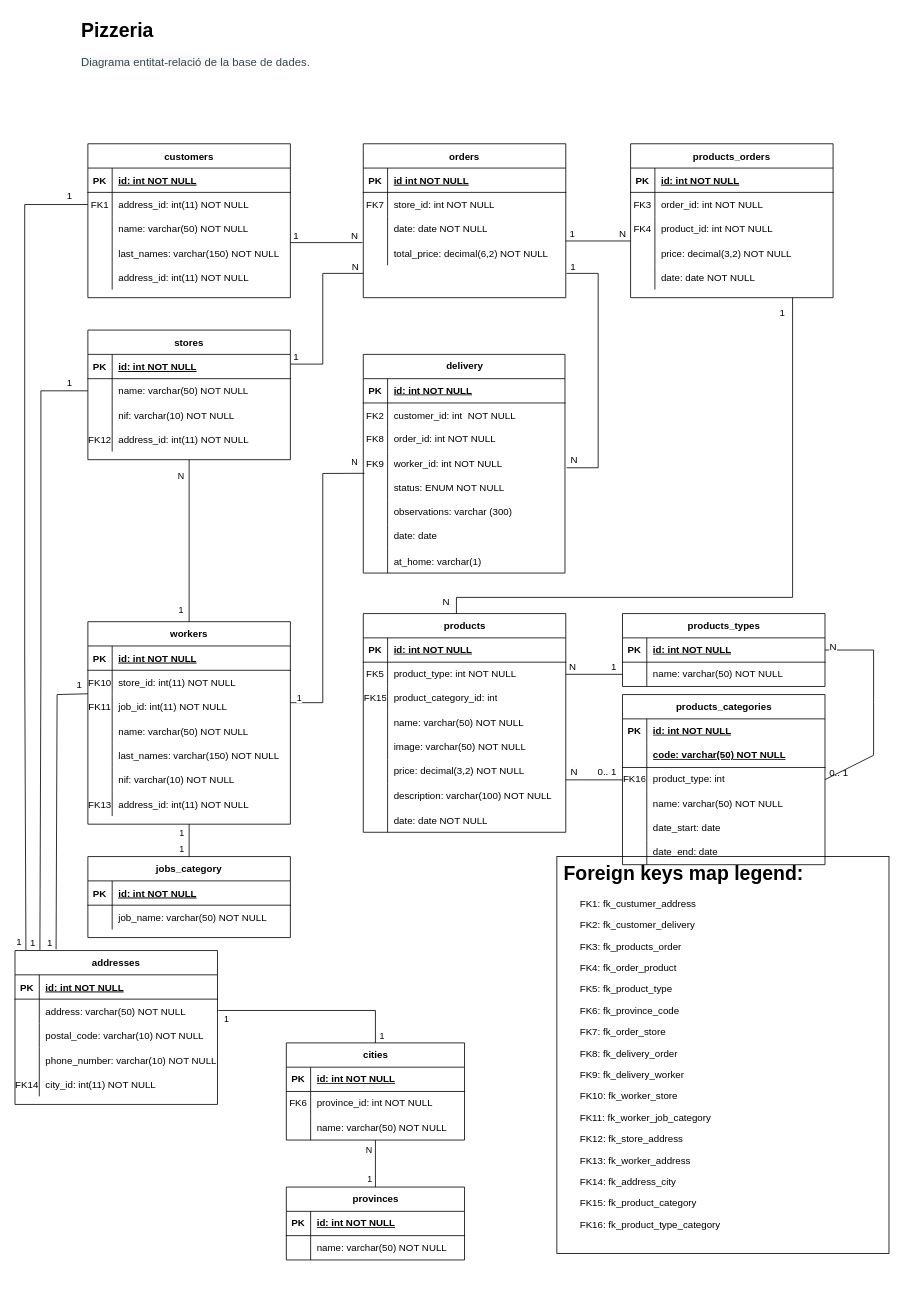
The draw.io diagram Pizzeria/pizzeria.drawio in alescu/mysql-estructura, before the edit. Source tidied: cells renumbered, new cells numbered last; positions are measured from the earlier drawing's top-left corner, leaving out a move shared by most shapes. Both pictures are drawn from the tidied source at 81%, with x=0, y=0 at pixel (15, 14).
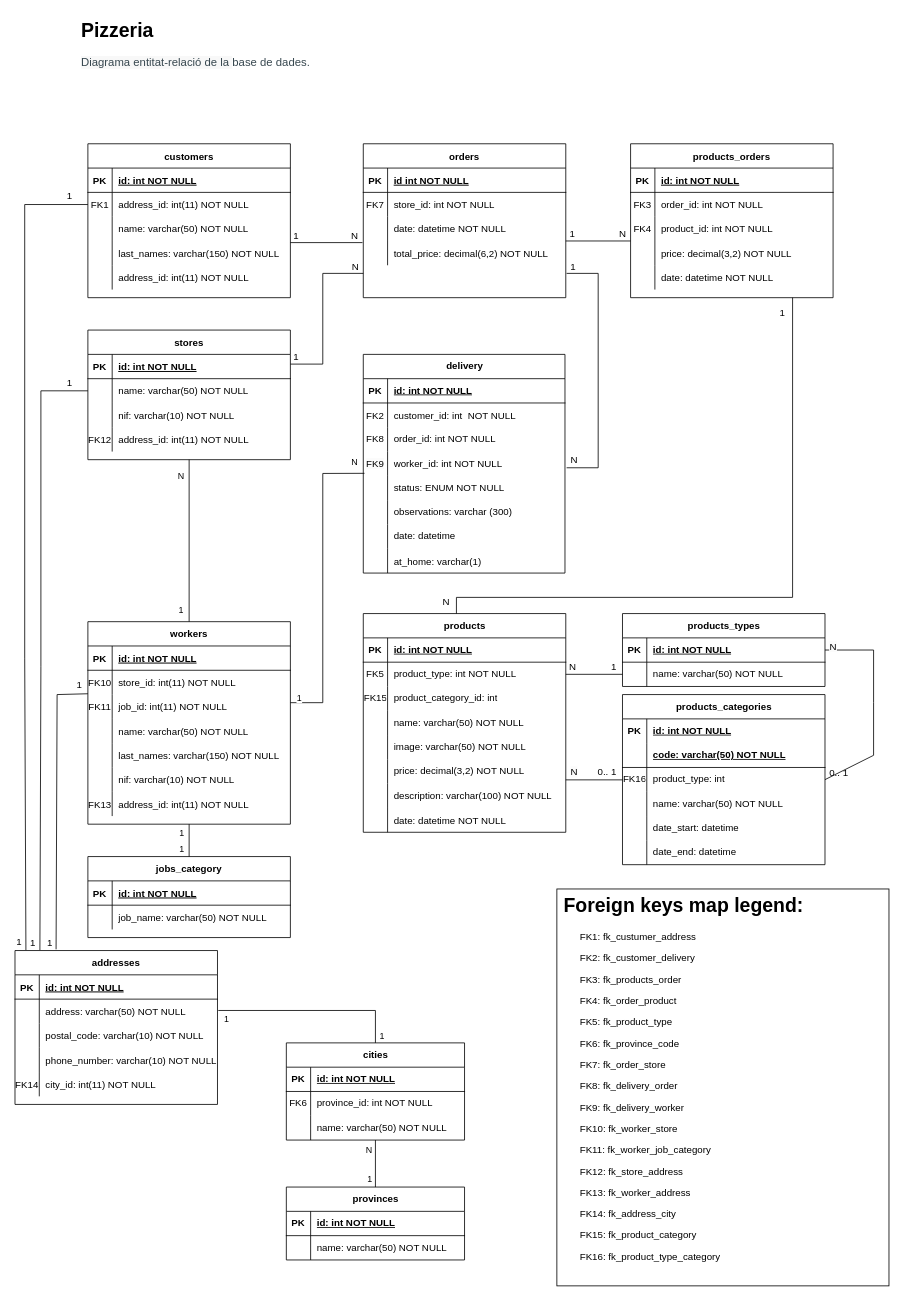
The same page after the edit.

Commit message:
date to datetime

The change refers to these unchanged cells:
```xml
<mxCell id="9" style="shape=partialRectangle;fillColor=none;top=0;left=0;right=0;bottom=0;" parent="2" vertex="1">
  <mxGeometry y="90" width="250" height="30" as="geometry" />
</mxCell>
<mxCell id="28" style="shape=partialRectangle;fillColor=none;top=0;left=0;right=0;bottom=0;" parent="15" vertex="1">
  <mxGeometry y="150" width="250" height="30" as="geometry" />
</mxCell>
<mxCell id="86" style="shape=partialRectangle;fillColor=none;top=0;left=0;right=0;bottom=0;" parent="64" vertex="1">
  <mxGeometry y="240" width="250" height="30" as="geometry" />
</mxCell>
<mxCell id="208" style="shape=tableRow;horizontal=0;startSize=0;swimlaneHead=0;swimlaneBody=0;fillColor=none;top=0;left=0;right=0;bottom=0;" parent="189" vertex="1">
  <mxGeometry y="210" width="249" height="30" as="geometry" />
</mxCell>
<mxCell id="236" style="shape=tableRow;horizontal=0;startSize=0;swimlaneHead=0;swimlaneBody=0;fillColor=none;top=0;left=0;right=0;bottom=0;" parent="223" vertex="1">
  <mxGeometry y="150" width="250" height="30" as="geometry" />
</mxCell>
<mxCell id="239" style="shape=tableRow;horizontal=0;startSize=0;swimlaneHead=0;swimlaneBody=0;fillColor=none;top=0;left=0;right=0;bottom=0;" parent="223" vertex="1">
  <mxGeometry y="180" width="250" height="30" as="geometry" />
</mxCell>
```

Change to the diagram source:
```diff
@@
-    <mxCell id="11" value="date: date NOT NULL" style="shape=partialRectangle;overflow=hidden;fillColor=none;top=0;left=0;bottom=0;right=0;align=left;spacingLeft=6;" parent="9" vertex="1">
+    <mxCell id="11" value="date: datetime NOT NULL" style="shape=partialRectangle;overflow=hidden;fillColor=none;top=0;left=0;bottom=0;right=0;align=left;spacingLeft=6;" parent="9" vertex="1">
       <mxGeometry x="30" width="220" height="30" as="geometry" />
     </mxCell>
@@
-    <mxCell id="30" value="date: date NOT NULL" style="shape=partialRectangle;overflow=hidden;fillColor=none;top=0;left=0;bottom=0;right=0;align=left;spacingLeft=6;" parent="28" vertex="1">
+    <mxCell id="30" value="date: datetime NOT NULL" style="shape=partialRectangle;overflow=hidden;fillColor=none;top=0;left=0;bottom=0;right=0;align=left;spacingLeft=6;" parent="28" vertex="1">
       <mxGeometry x="30" width="220" height="30" as="geometry" />
     </mxCell>
@@
-    <mxCell id="88" value="date: date NOT NULL" style="shape=partialRectangle;overflow=hidden;fillColor=none;top=0;left=0;bottom=0;right=0;align=left;spacingLeft=6;" parent="86" vertex="1">
+    <mxCell id="88" value="date: datetime NOT NULL" style="shape=partialRectangle;overflow=hidden;fillColor=none;top=0;left=0;bottom=0;right=0;align=left;spacingLeft=6;" parent="86" vertex="1">
       <mxGeometry x="30" width="220" height="30" as="geometry" />
     </mxCell>
@@
     <mxCell id="111" value="&lt;h1 style=&quot;margin-top: 0px;&quot;&gt;&amp;nbsp;Foreign keys map legend:&lt;/h1&gt;&lt;p&gt;&lt;span style=&quot;text-align: center; text-wrap-mode: nowrap; background-color: transparent; color: light-dark(rgb(0, 0, 0), rgb(255, 255, 255));&quot;&gt;&lt;span style=&quot;white-space: pre;&quot;&gt;&#9;&lt;/span&gt;FK1:&amp;nbsp;&lt;/span&gt;&lt;span style=&quot;background-color: transparent; text-wrap-mode: nowrap;&quot;&gt;fk_custumer_address&lt;/span&gt;&lt;/p&gt;&lt;p&gt;&lt;span style=&quot;text-align: center; text-wrap-mode: nowrap;&quot;&gt;&lt;span style=&quot;white-space: pre;&quot;&gt;&#9;&lt;/span&gt;FK2:&amp;nbsp;&lt;/span&gt;&lt;span style=&quot;background-color: transparent; text-wrap-mode: nowrap;&quot;&gt;fk_&lt;/span&gt;&lt;span style=&quot;text-wrap-mode: nowrap; background-color: transparent; color: light-dark(rgb(0, 0, 0), rgb(255, 255, 255));&quot;&gt;customer_delivery&lt;/span&gt;&lt;/p&gt;&lt;p style=&quot;text-align: left;&quot;&gt;&lt;span style=&quot;text-align: center; text-wrap-mode: nowrap;&quot;&gt;&lt;span style=&quot;white-space: pre;&quot;&gt;&#9;&lt;/span&gt;FK3:&amp;nbsp;&lt;/span&gt;&lt;span style=&quot;background-color: transparent; text-wrap-mode: nowrap;&quot;&gt;fk_products_order&lt;/span&gt;&lt;/p&gt;&lt;p&gt;&lt;span style=&quot;text-align: center; text-wrap-mode: nowrap;&quot;&gt;&lt;span style=&quot;white-space: pre;&quot;&gt;&#9;&lt;/span&gt;FK4:&amp;nbsp;&lt;/span&gt;&lt;span style=&quot;background-color: transparent; text-wrap-mode: nowrap;&quot;&gt;fk_order_product&lt;/span&gt;&lt;/p&gt;&lt;p&gt;&lt;span style=&quot;background-color: transparent; text-wrap-mode: nowrap;&quot;&gt;&lt;span style=&quot;white-space: pre;&quot;&gt;&#9;&lt;/span&gt;&lt;/span&gt;&lt;span style=&quot;background-color: transparent; color: light-dark(rgb(0, 0, 0), rgb(255, 255, 255)); text-wrap-mode: nowrap; text-align: center;&quot;&gt;FK5:&amp;nbsp;&lt;/span&gt;&lt;span style=&quot;background-color: transparent; color: light-dark(rgb(0, 0, 0), rgb(255, 255, 255)); text-wrap-mode: nowrap;&quot;&gt;fk_product_type&lt;/span&gt;&lt;/p&gt;&lt;p&gt;&lt;span style=&quot;color: light-dark(rgb(0, 0, 0), rgb(255, 255, 255)); text-wrap-mode: nowrap; background-color: transparent; text-align: center;&quot;&gt;&lt;span style=&quot;white-space: pre;&quot;&gt;&#9;&lt;/span&gt;FK6:&amp;nbsp;&lt;/span&gt;&lt;span style=&quot;color: light-dark(rgb(0, 0, 0), rgb(255, 255, 255)); text-wrap-mode: nowrap; background-color: transparent;&quot;&gt;fk_province_code&lt;/span&gt;&lt;/p&gt;&lt;p&gt;&lt;span style=&quot;color: light-dark(rgb(0, 0, 0), rgb(255, 255, 255)); text-wrap-mode: nowrap; background-color: transparent; text-align: center;&quot;&gt;&lt;span style=&quot;white-space: pre;&quot;&gt;&#9;&lt;/span&gt;FK7:&amp;nbsp;&lt;/span&gt;&lt;span style=&quot;color: light-dark(rgb(0, 0, 0), rgb(255, 255, 255)); text-wrap-mode: nowrap; background-color: transparent;&quot;&gt;fk_order_store&lt;/span&gt;&lt;/p&gt;&lt;p&gt;&lt;span style=&quot;background-color: transparent; color: light-dark(rgb(0, 0, 0), rgb(255, 255, 255)); text-wrap-mode: nowrap; text-align: center;&quot;&gt;&lt;span style=&quot;white-space-collapse: preserve;&quot;&gt;&#9;&lt;/span&gt;FK8:&amp;nbsp;&lt;/span&gt;&lt;span style=&quot;background-color: transparent; color: light-dark(rgb(0, 0, 0), rgb(255, 255, 255)); text-wrap-mode: nowrap;&quot;&gt;fk_delivery_order&lt;/span&gt;&lt;/p&gt;&lt;p&gt;&lt;span style=&quot;color: light-dark(rgb(0, 0, 0), rgb(255, 255, 255)); text-wrap-mode: nowrap; background-color: transparent; text-align: center;&quot;&gt;&lt;span style=&quot;white-space: pre;&quot;&gt;&#9;&lt;/span&gt;FK9:&amp;nbsp;&lt;/span&gt;&lt;span style=&quot;color: light-dark(rgb(0, 0, 0), rgb(255, 255, 255)); text-wrap-mode: nowrap; background-color: transparent;&quot;&gt;fk_delivery_worker&lt;/span&gt;&lt;span style=&quot;color: light-dark(rgb(0, 0, 0), rgb(255, 255, 255)); text-wrap-mode: nowrap; background-color: transparent;&quot;&gt;&lt;/span&gt;&lt;/p&gt;&lt;p&gt;&lt;span style=&quot;color: light-dark(rgb(0, 0, 0), rgb(255, 255, 255)); text-wrap-mode: nowrap; background-color: transparent; text-align: center;&quot;&gt;&lt;span style=&quot;white-space-collapse: preserve;&quot;&gt;&#9;&lt;/span&gt;FK10:&amp;nbsp;&lt;/span&gt;&lt;span style=&quot;color: light-dark(rgb(0, 0, 0), rgb(255, 255, 255)); text-wrap-mode: nowrap; background-color: transparent;&quot;&gt;fk_worker_store&lt;/span&gt;&lt;span style=&quot;color: light-dark(rgb(0, 0, 0), rgb(255, 255, 255)); text-wrap-mode: nowrap; background-color: transparent;&quot;&gt;&lt;/span&gt;&lt;/p&gt;&lt;p style=&quot;text-align: left;&quot;&gt;&lt;span style=&quot;color: light-dark(rgb(0, 0, 0), rgb(255, 255, 255)); text-wrap-mode: nowrap; background-color: transparent; text-align: center;&quot;&gt;&lt;span style=&quot;white-space-collapse: preserve;&quot;&gt;&#9;&lt;/span&gt;FK11:&amp;nbsp;&lt;/span&gt;&lt;span style=&quot;color: light-dark(rgb(0, 0, 0), rgb(255, 255, 255)); text-wrap-mode: nowrap; background-color: transparent;&quot;&gt;fk_worker_job&lt;/span&gt;&lt;span style=&quot;text-wrap-mode: nowrap;&quot;&gt;&lt;span style=&quot;background-color: transparent;&quot;&gt;&lt;/span&gt;&lt;span style=&quot;background-color: transparent;&quot;&gt;_category&lt;/span&gt;&lt;/span&gt;&lt;/p&gt;&lt;p&gt;&lt;span style=&quot;color: light-dark(rgb(0, 0, 0), rgb(255, 255, 255)); text-wrap-mode: nowrap; background-color: transparent; text-align: center;&quot;&gt;&lt;span style=&quot;white-space-collapse: preserve;&quot;&gt;&#9;&lt;/span&gt;FK12:&amp;nbsp;&lt;/span&gt;&lt;span style=&quot;text-wrap-mode: nowrap; background-color: transparent;&quot;&gt;fk_store_address&lt;/span&gt;&lt;/p&gt;&lt;p&gt;&lt;span style=&quot;color: light-dark(rgb(0, 0, 0), rgb(255, 255, 255)); text-wrap-mode: nowrap; background-color: transparent; text-align: center;&quot;&gt;&lt;span style=&quot;white-space-collapse: preserve;&quot;&gt;&#9;&lt;/span&gt;FK13:&amp;nbsp;&lt;/span&gt;&lt;span style=&quot;text-wrap-mode: nowrap; background-color: transparent;&quot;&gt;fk_worker_address&lt;/span&gt;&lt;span style=&quot;text-wrap-mode: nowrap; background-color: transparent;&quot;&gt;&lt;/span&gt;&lt;/p&gt;&lt;p&gt;&lt;span style=&quot;color: light-dark(rgb(0, 0, 0), rgb(255, 255, 255)); text-wrap-mode: nowrap; background-color: transparent; text-align: center;&quot;&gt;&lt;span style=&quot;white-space-collapse: preserve;&quot;&gt;&#9;&lt;/span&gt;FK14:&amp;nbsp;&lt;/span&gt;&lt;span style=&quot;text-wrap-mode: nowrap; background-color: transparent;&quot;&gt;fk_address_city&lt;/span&gt;&lt;span style=&quot;text-wrap-mode: nowrap; background-color: transparent;&quot;&gt;&lt;/span&gt;&lt;/p&gt;&lt;p&gt;&lt;span style=&quot;color: light-dark(rgb(0, 0, 0), rgb(255, 255, 255)); text-wrap-mode: nowrap; background-color: transparent; text-align: center;&quot;&gt;&lt;span style=&quot;white-space: pre;&quot;&gt;&#9;&lt;/span&gt;FK15:&amp;nbsp;&lt;/span&gt;&lt;span style=&quot;text-wrap-mode: nowrap; background-color: transparent;&quot;&gt;fk_product_category&lt;/span&gt;&lt;span style=&quot;text-wrap-mode: nowrap; background-color: transparent;&quot;&gt;&lt;/span&gt;&lt;/p&gt;&lt;p&gt;&lt;span style=&quot;color: light-dark(rgb(0, 0, 0), rgb(255, 255, 255)); text-wrap-mode: nowrap; background-color: transparent; text-align: center;&quot;&gt;&lt;span style=&quot;white-space-collapse: preserve;&quot;&gt;&#9;&lt;/span&gt;FK16:&amp;nbsp;&lt;/span&gt;&lt;span style=&quot;text-wrap-mode: nowrap; background-color: transparent;&quot;&gt;fk_product_type_category&lt;/span&gt;&lt;span style=&quot;text-wrap-mode: nowrap; background-color: transparent;&quot;&gt;&lt;/span&gt;&lt;/p&gt;" style="text;html=1;whiteSpace=wrap;overflow=hidden;rounded=0;strokeColor=default;perimeterSpacing=20;strokeWidth=1;labelPadding=0;imageAspect=1;" parent="1" vertex="1">
-      <mxGeometry x="669" y="1040" width="410" height="490" as="geometry" />
+      <mxGeometry x="669" y="1080" width="410" height="490" as="geometry" />
     </mxCell>
@@
-    <mxCell id="210" value="&lt;span style=&quot;text-wrap-mode: nowrap;&quot;&gt;date: date&amp;nbsp;&lt;/span&gt;" style="shape=partialRectangle;fillColor=none;top=0;left=0;bottom=0;right=0;align=left;spacingLeft=6;overflow=hidden;whiteSpace=wrap;html=1;" parent="208" vertex="1">
+    <mxCell id="210" value="&lt;span style=&quot;text-wrap-mode: nowrap;&quot;&gt;date:&amp;nbsp;&lt;/span&gt;&lt;span style=&quot;text-wrap-mode: nowrap;&quot;&gt;datetime&lt;/span&gt;" style="shape=partialRectangle;fillColor=none;top=0;left=0;bottom=0;right=0;align=left;spacingLeft=6;overflow=hidden;whiteSpace=wrap;html=1;" parent="208" vertex="1">
       <mxGeometry x="30" width="219" height="30" as="geometry" />
     </mxCell>
@@
-    <mxCell id="238" value="&lt;span style=&quot;text-wrap-mode: nowrap;&quot;&gt;date_start: date&lt;/span&gt;" style="shape=partialRectangle;fillColor=none;top=0;left=0;bottom=0;right=0;align=left;spacingLeft=6;overflow=hidden;whiteSpace=wrap;html=1;" parent="236" vertex="1">
+    <mxCell id="238" value="&lt;span style=&quot;text-wrap-mode: nowrap;&quot;&gt;date_start: datetime&lt;/span&gt;" style="shape=partialRectangle;fillColor=none;top=0;left=0;bottom=0;right=0;align=left;spacingLeft=6;overflow=hidden;whiteSpace=wrap;html=1;" parent="236" vertex="1">
       <mxGeometry x="30" width="220" height="30" as="geometry" />
     </mxCell>
@@
-    <mxCell id="241" value="&lt;span style=&quot;text-wrap-mode: nowrap;&quot;&gt;date_end: date&lt;/span&gt;" style="shape=partialRectangle;fillColor=none;top=0;left=0;bottom=0;right=0;align=left;spacingLeft=6;overflow=hidden;whiteSpace=wrap;html=1;" parent="239" vertex="1">
+    <mxCell id="241" value="&lt;span style=&quot;text-wrap-mode: nowrap;&quot;&gt;date_end:&amp;nbsp;&lt;/span&gt;&lt;span style=&quot;text-wrap-mode: nowrap;&quot;&gt;datetime&lt;/span&gt;" style="shape=partialRectangle;fillColor=none;top=0;left=0;bottom=0;right=0;align=left;spacingLeft=6;overflow=hidden;whiteSpace=wrap;html=1;" parent="239" vertex="1">
       <mxGeometry x="30" width="220" height="30" as="geometry" />
     </mxCell>
```
